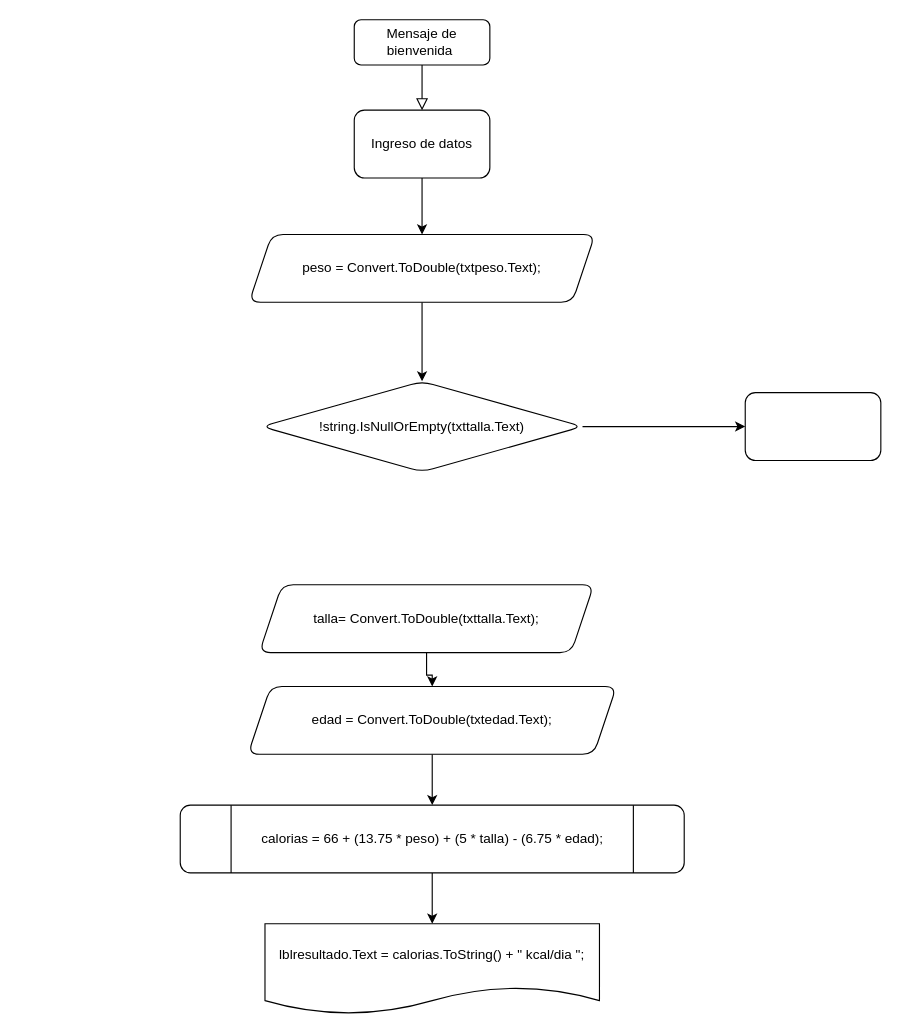
This is Diagrama Proyecto_Conversor.drawio from dakrosP2/Calorias, a draw.io file, before an edit. Source tidied: cells renumbered, new cells numbered last; positions are measured from the earlier drawing's top-left corner, leaving out a move shared by most shapes. Both pictures are drawn from the tidied source at 113%, with x=0, y=0 at pixel (180, 19).
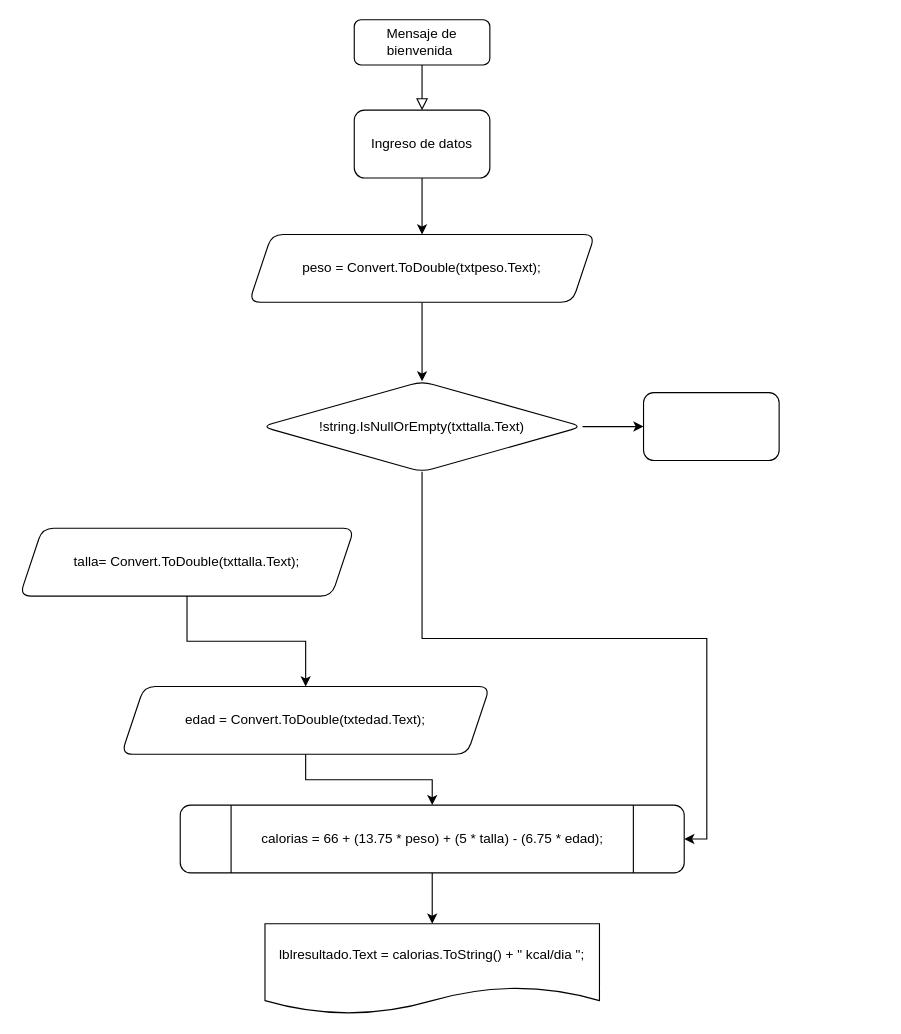
The same page after the edit.

What changed in the source:
```diff
@@
 <mxGraphModel>
   <root>
     <mxCell id="0" />
     <mxCell id="1" parent="0" />
     <mxCell id="2" value="Mensaje de bienvenida&amp;nbsp;" style="rounded=1;whiteSpace=wrap;html=1;fontSize=12;glass=0;strokeWidth=1;shadow=0;" parent="1" vertex="1">
       <mxGeometry x="154" width="120" height="40" as="geometry" />
     </mxCell>
     <mxCell id="3" style="rounded=0;html=1;jettySize=auto;fontSize=11;endArrow=block;endFill=0;endSize=8;strokeWidth=1;shadow=0;labelBackgroundColor=none;edgeStyle=orthogonalEdgeStyle;" parent="1" edge="1" source="2" target="5">
       <mxGeometry relative="1" as="geometry" />
     </mxCell>
     <mxCell id="4" style="edgeStyle=orthogonalEdgeStyle;rounded=0;jettySize=auto;html=1;" parent="1" edge="1" source="5" target="7">
       <mxGeometry relative="1" as="geometry" />
     </mxCell>
     <mxCell id="5" value="Ingreso de datos" style="rounded=1;whiteSpace=wrap;html=1;" parent="1" vertex="1">
       <mxGeometry x="154" y="80" width="120" height="60" as="geometry" />
     </mxCell>
     <mxCell id="6" style="edgeStyle=orthogonalEdgeStyle;rounded=0;jettySize=auto;html=1;" parent="1" edge="1" source="7" target="16">
       <mxGeometry relative="1" as="geometry" />
     </mxCell>
     <mxCell id="7" value="peso = Convert.ToDouble(txtpeso.Text);" style="shape=parallelogram;perimeter=parallelogramPerimeter;whiteSpace=wrap;html=1;fixedSize=1;rounded=1;" parent="1" vertex="1">
       <mxGeometry x="61" y="190" width="306" height="60" as="geometry" />
     </mxCell>
     <mxCell id="8" style="edgeStyle=orthogonalEdgeStyle;rounded=0;jettySize=auto;html=1;" parent="1" edge="1" source="9" target="11">
       <mxGeometry relative="1" as="geometry" />
     </mxCell>
     <mxCell id="9" value="talla= Convert.ToDouble(txttalla.Text);" style="shape=parallelogram;perimeter=parallelogramPerimeter;whiteSpace=wrap;html=1;fixedSize=1;rounded=1;" parent="1" vertex="1">
-      <mxGeometry x="70" y="500" width="296" height="60" as="geometry" />
+      <mxGeometry x="-142" y="450" width="296" height="60" as="geometry" />
     </mxCell>
     <mxCell id="10" style="edgeStyle=orthogonalEdgeStyle;rounded=0;jettySize=auto;html=1;" parent="1" edge="1" source="11" target="13">
       <mxGeometry relative="1" as="geometry" />
     </mxCell>
     <mxCell id="11" value="edad = Convert.ToDouble(txtedad.Text);" style="shape=parallelogram;perimeter=parallelogramPerimeter;whiteSpace=wrap;html=1;fixedSize=1;rounded=1;" parent="1" vertex="1">
-      <mxGeometry x="60" y="590" width="326" height="60" as="geometry" />
+      <mxGeometry x="-52" y="590" width="326" height="60" as="geometry" />
     </mxCell>
     <mxCell id="12" style="edgeStyle=orthogonalEdgeStyle;rounded=0;jettySize=auto;html=1;" parent="1" edge="1" source="13" target="14">
       <mxGeometry relative="1" as="geometry" />
     </mxCell>
     <mxCell id="13" value="calorias = 66 + (13.75 * peso) + (5 * talla) - (6.75 * edad);" style="shape=process;whiteSpace=wrap;html=1;backgroundOutline=1;rounded=1;" parent="1" vertex="1">
       <mxGeometry y="695" width="446" height="60" as="geometry" />
     </mxCell>
     <mxCell id="14" value="lblresultado.Text = calorias.ToString() + &quot; kcal/dia &quot;;" style="shape=document;whiteSpace=wrap;html=1;boundedLbl=1;rounded=1;" parent="1" vertex="1">
       <mxGeometry x="75" y="800" width="296" height="80" as="geometry" />
     </mxCell>
     <mxCell id="15" style="edgeStyle=orthogonalEdgeStyle;rounded=0;jettySize=auto;html=1;" parent="1" edge="1" source="16" target="17">
       <mxGeometry relative="1" as="geometry" />
     </mxCell>
+    <mxCell id="18" style="edgeStyle=orthogonalEdgeStyle;rounded=0;jettySize=auto;html=1;exitX=0.5;exitY=1;exitDx=0;exitDy=0;entryX=1;entryY=0.5;entryDx=0;entryDy=0;" parent="1" edge="1" source="16" target="13">
+      <mxGeometry relative="1" as="geometry" />
+    </mxCell>
     <mxCell id="16" value="!string.IsNullOrEmpty(txttalla.Text)" style="rhombus;whiteSpace=wrap;html=1;rounded=1;" parent="1" vertex="1">
       <mxGeometry x="72" y="320" width="284" height="80" as="geometry" />
     </mxCell>
     <mxCell id="17" style="whiteSpace=wrap;html=1;rounded=1;" parent="1" vertex="1">
-      <mxGeometry x="500" y="330" width="120" height="60" as="geometry" />
+      <mxGeometry x="410" y="330" width="120" height="60" as="geometry" />
     </mxCell>
   </root>
 </mxGraphModel>
```
